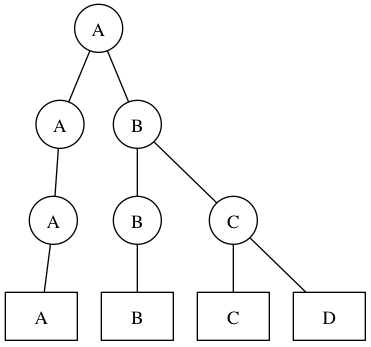
The Graphviz diagram convergencemerging-example-b.png in sgolodetz/comparisonpaper, before a commit. Its source is kept beside it as graphs/convergencemerging-example-b.gv.
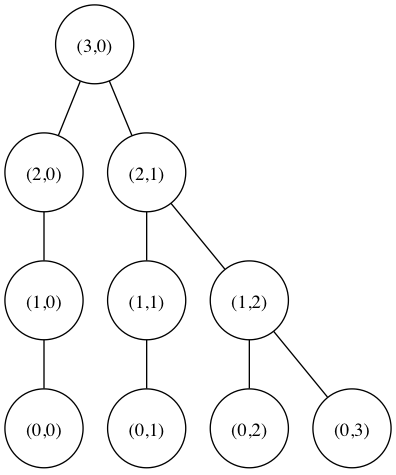
Above is the later version.

What changed in the source:
```diff
@@ -2,19 +2,18 @@
 {
 	node [shape=circle];
 
-	A4 [label="A"];
-	A3 [label="A"];
-	B3 [label="B"];
-	A2 [label="A"];
-	B2 [label="B"];
-	C2 [label="C"];
+	A4 [label="(3,0)"];
+	A3 [label="(2,0)"];
+	B3 [label="(2,1)"];
+	A2 [label="(1,0)"];
+	B2 [label="(1,1)"];
+	C2 [label="(1,2)"];
 
-	node [shape=box];
 
-	A1 [label="A"];
-	B1 [label="B"];
-	C1 [label="C"];
-	D1 [label="D"];
+	A1 [label="(0,0)"];
+	B1 [label="(0,1)"];
+	C1 [label="(0,2)"];
+	D1 [label="(0,3)"];
 
 	A4 -- A3 -- A2 -- A1;
 	A4 -- B3 -- B2 -- B1;
```
